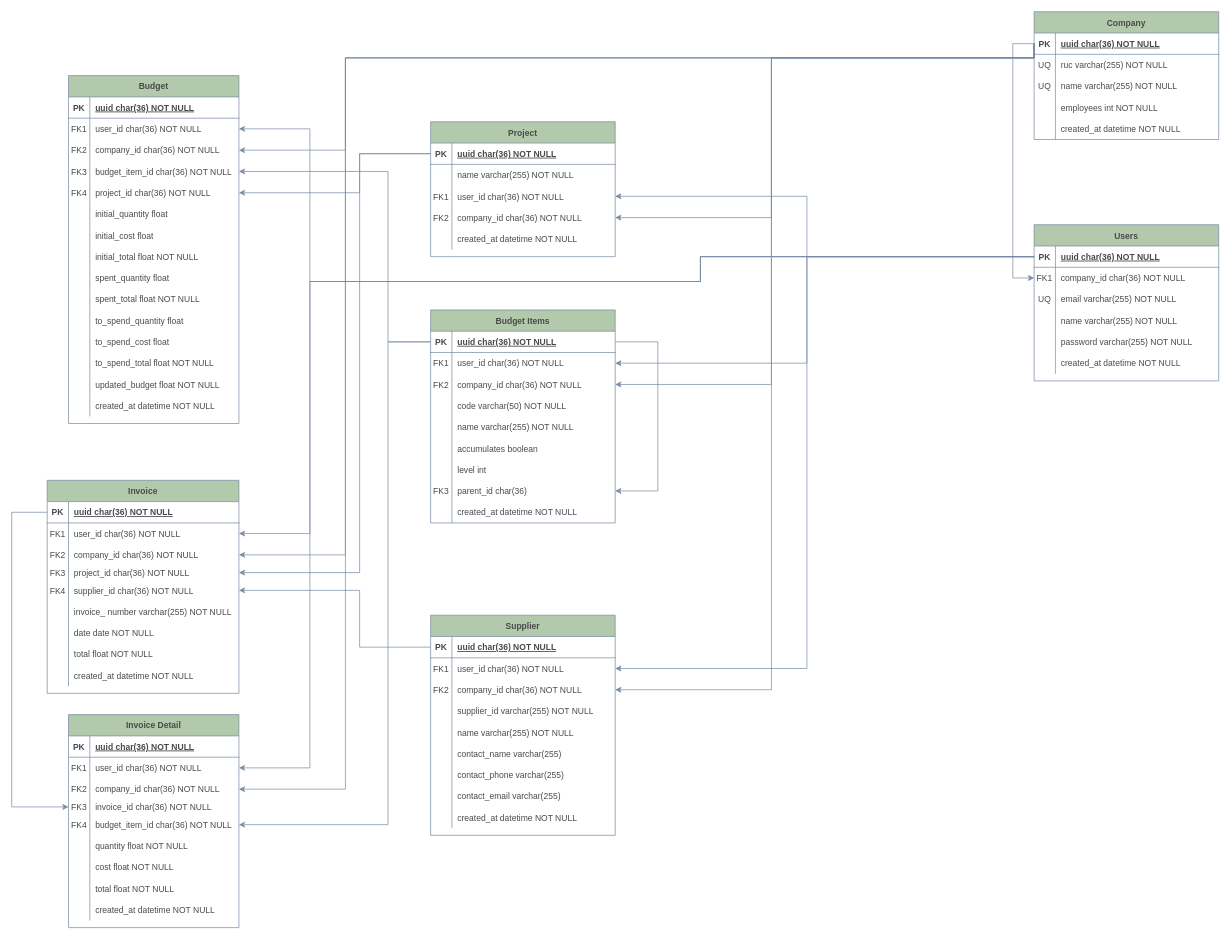
This is Documentation/graphics/BCAB.drawio from ALCB1310-Systems/Budget-Control-Application-Server, a draw.io file, before an edit. Source tidied: cells renumbered, new cells numbered last; positions are measured from the earlier drawing's top-left corner, leaving out a move shared by most shapes. Both pictures are drawn from the tidied source at 71%, with x=0, y=0 at pixel (11, 11).
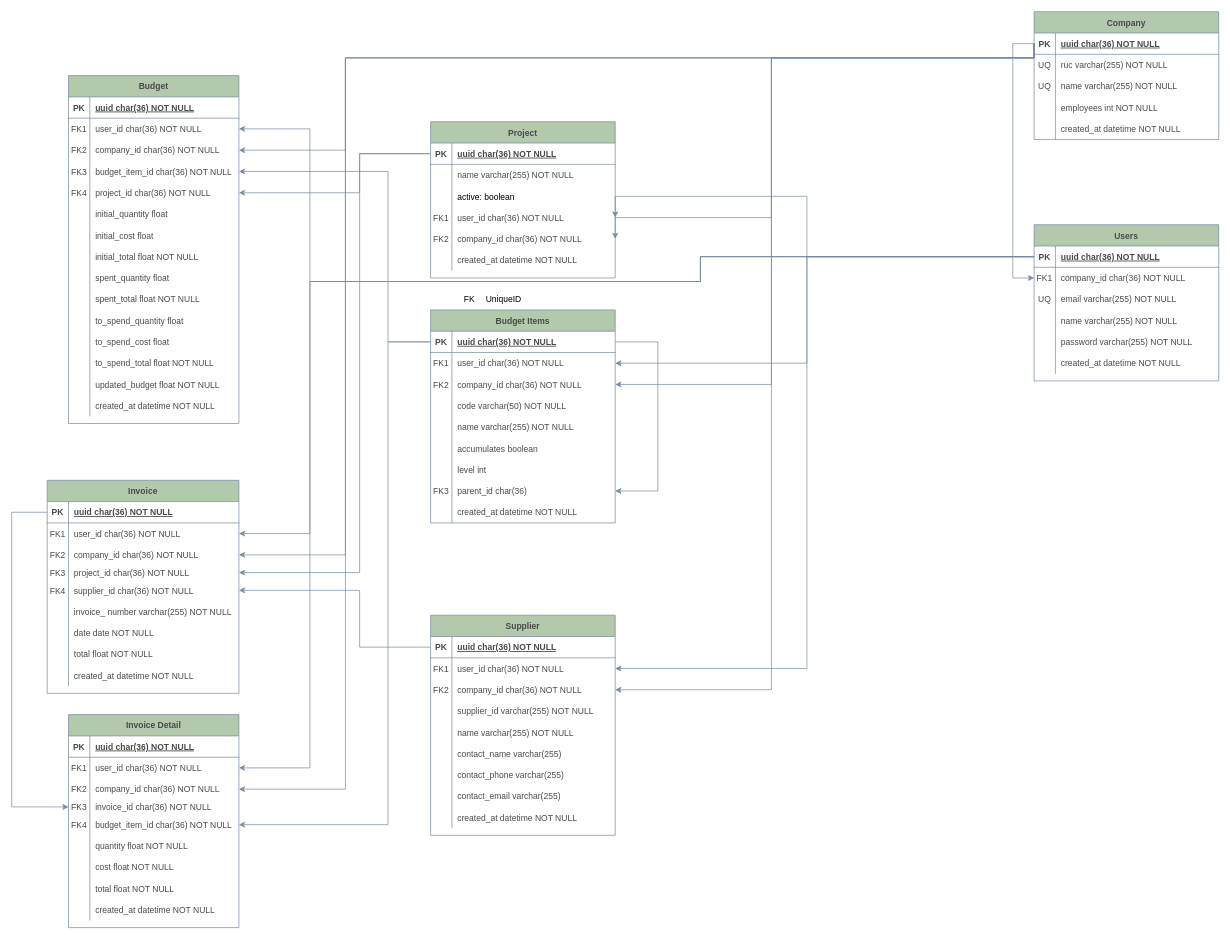
The same page after the edit.

Commit message (it also covers changes not shown here):
Documentation: Update on routes and db design

The edit, as a diff of the source:
```diff
@@
     <mxCell id="37" value="Project" style="shape=table;startSize=30;childLayout=tableLayout;rowLines=0;fontStyle=1;align=center;fillColor=#B2C9AB;strokeColor=#788AA3;fontColor=#4A4A4A;rounded=0;" parent="1" vertex="1">
-      <mxGeometry x="590" y="155" width="260" height="190" as="geometry" />
+      <mxGeometry x="590" y="155" width="260" height="220" as="geometry" />
     </mxCell>
@@
+    <mxCell id="231" style="shape=partialRectangle;fillColor=none;top=0;left=0;bottom=0;right=0;" parent="37" vertex="1">
+      <mxGeometry y="90" width="260" height="30" as="geometry" />
+    </mxCell>
+    <mxCell id="232" style="shape=partialRectangle;fillColor=none;top=0;left=0;bottom=0;right=0;overflow=hidden;" parent="231" vertex="1">
+      <mxGeometry width="30" height="30" as="geometry" />
+    </mxCell>
+    <mxCell id="233" value="active: boolean" style="shape=partialRectangle;fillColor=none;top=0;left=0;bottom=0;right=0;align=left;spacingLeft=6;overflow=hidden;" parent="231" vertex="1">
+      <mxGeometry x="30" width="230" height="30" as="geometry" />
+    </mxCell>
     <mxCell id="44" style="shape=tableRow;horizontal=0;startSize=0;swimlaneHead=0;swimlaneBody=0;fillColor=none;points=[[0,0.5],[1,0.5]];portConstraint=eastwest;top=0;left=0;right=0;bottom=0;strokeColor=#788AA3;fontColor=#4A4A4A;rounded=0;" parent="37" vertex="1">
-      <mxGeometry y="90" width="260" height="30" as="geometry" />
+      <mxGeometry y="120" width="260" height="30" as="geometry" />
     </mxCell>
@@
     <mxCell id="47" style="shape=tableRow;horizontal=0;startSize=0;swimlaneHead=0;swimlaneBody=0;fillColor=none;points=[[0,0.5],[1,0.5]];portConstraint=eastwest;top=0;left=0;right=0;bottom=0;strokeColor=#788AA3;fontColor=#4A4A4A;rounded=0;" parent="37" vertex="1">
-      <mxGeometry y="120" width="260" height="30" as="geometry" />
+      <mxGeometry y="150" width="260" height="30" as="geometry" />
     </mxCell>
@@
     <mxCell id="50" style="shape=tableRow;horizontal=0;startSize=0;swimlaneHead=0;swimlaneBody=0;fillColor=none;top=0;left=0;right=0;bottom=0;strokeColor=#788AA3;fontColor=#4A4A4A;rounded=0;" parent="37" vertex="1">
-      <mxGeometry y="150" width="260" height="30" as="geometry" />
+      <mxGeometry y="180" width="260" height="30" as="geometry" />
     </mxCell>
@@
+    <mxCell id="234" style="shape=table;startSize=0;childLayout=tableLayout;rowLines=0;fontStyle=0;align=center;strokeColor=none;fillColor=none;" parent="1" vertex="1">
+      <mxGeometry x="630" y="390" width="180" height="30" as="geometry" />
+    </mxCell>
+    <mxCell id="235" style="shape=partialRectangle;fillColor=none;top=0;left=0;bottom=0;right=0;" parent="234" vertex="1">
+      <mxGeometry width="180" height="30" as="geometry" />
+    </mxCell>
+    <mxCell id="236" value="FK" style="shape=partialRectangle;fillColor=none;top=0;left=0;bottom=0;right=0;fontStyle=0;overflow=hidden;" parent="235" vertex="1">
+      <mxGeometry width="30" height="30" as="geometry" />
+    </mxCell>
+    <mxCell id="237" value="UniqueID" style="shape=partialRectangle;fillColor=none;top=0;left=0;bottom=0;right=0;align=left;spacingLeft=6;fontStyle=0;overflow=hidden;" parent="235" vertex="1">
+      <mxGeometry x="30" width="150" height="30" as="geometry" />
+    </mxCell>
```
